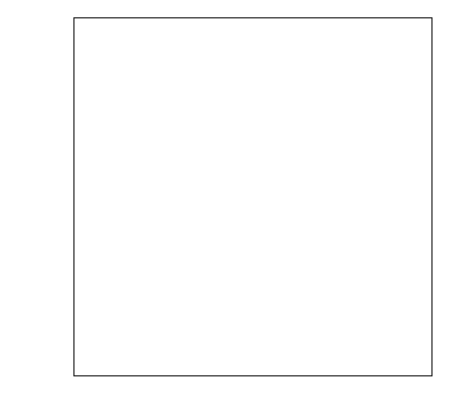
Above: 数据字典.drawio in IRiDecenT/graph (draw.io), before the change. Source tidied: cells renumbered, new cells numbered last; positions are measured from the earlier drawing's top-left corner, leaving out a move shared by most shapes. Both pictures are drawn from the tidied source at 102%, with x=0, y=0 at pixel (73, 17).
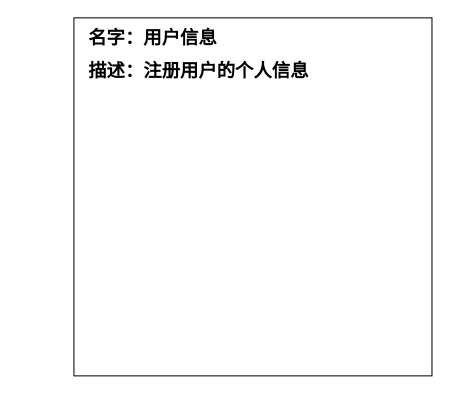
After the change.

Commit message:
更新数据字典.drawio

What changed in the source:
```diff
@@
 <mxGraphModel>
   <root>
     <mxCell id="0" />
     <mxCell id="1" parent="0" />
     <mxCell id="2" style="whiteSpace=wrap;html=1;" parent="1" vertex="1">
       <mxGeometry width="351" height="351" as="geometry" />
     </mxCell>
+    <mxCell id="3" value="&lt;font style=&quot;font-size: 18px;&quot;&gt;&lt;b&gt;名字：用户信息&lt;/b&gt;&lt;/font&gt;" style="text;html=1;strokeColor=none;fillColor=none;align=center;verticalAlign=middle;whiteSpace=wrap;rounded=0;" parent="1" vertex="1">
+      <mxGeometry x="-55" y="4" width="265" height="32" as="geometry" />
+    </mxCell>
+    <mxCell id="4" value="&lt;font style=&quot;font-size: 18px;&quot;&gt;&lt;b&gt;描述：注册用户的个人信息&lt;/b&gt;&lt;/font&gt;" style="text;html=1;strokeColor=none;fillColor=none;align=center;verticalAlign=middle;whiteSpace=wrap;rounded=0;" parent="1" vertex="1">
+      <mxGeometry x="-10" y="36" width="265" height="32" as="geometry" />
+    </mxCell>
   </root>
 </mxGraphModel>
```
